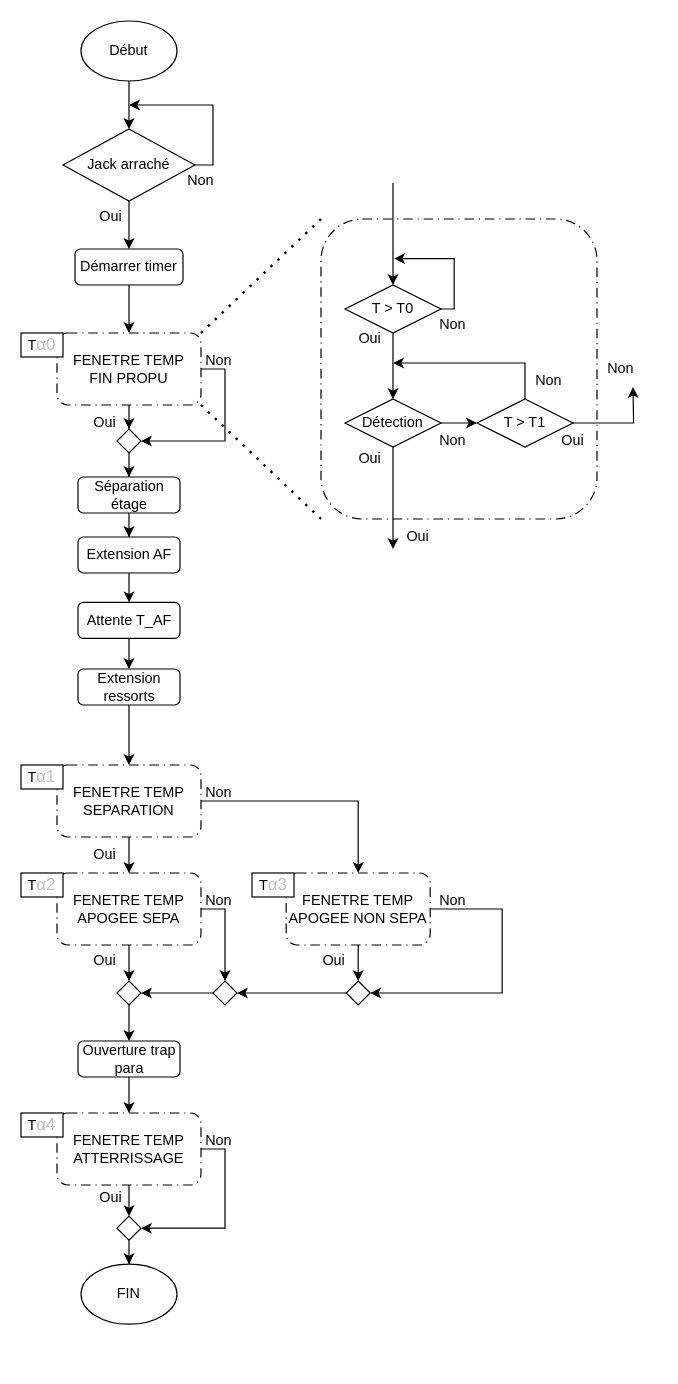
Earlier version of the draw.io diagram ARCHI/Sequenceur1.drawio (povdoigt/SP-02). Source tidied: cells renumbered, new cells numbered last; positions are measured from the earlier drawing's top-left corner, leaving out a move shared by most shapes. Both pictures are drawn from the tidied source at 120%, with x=0, y=0 at pixel (20, 20).
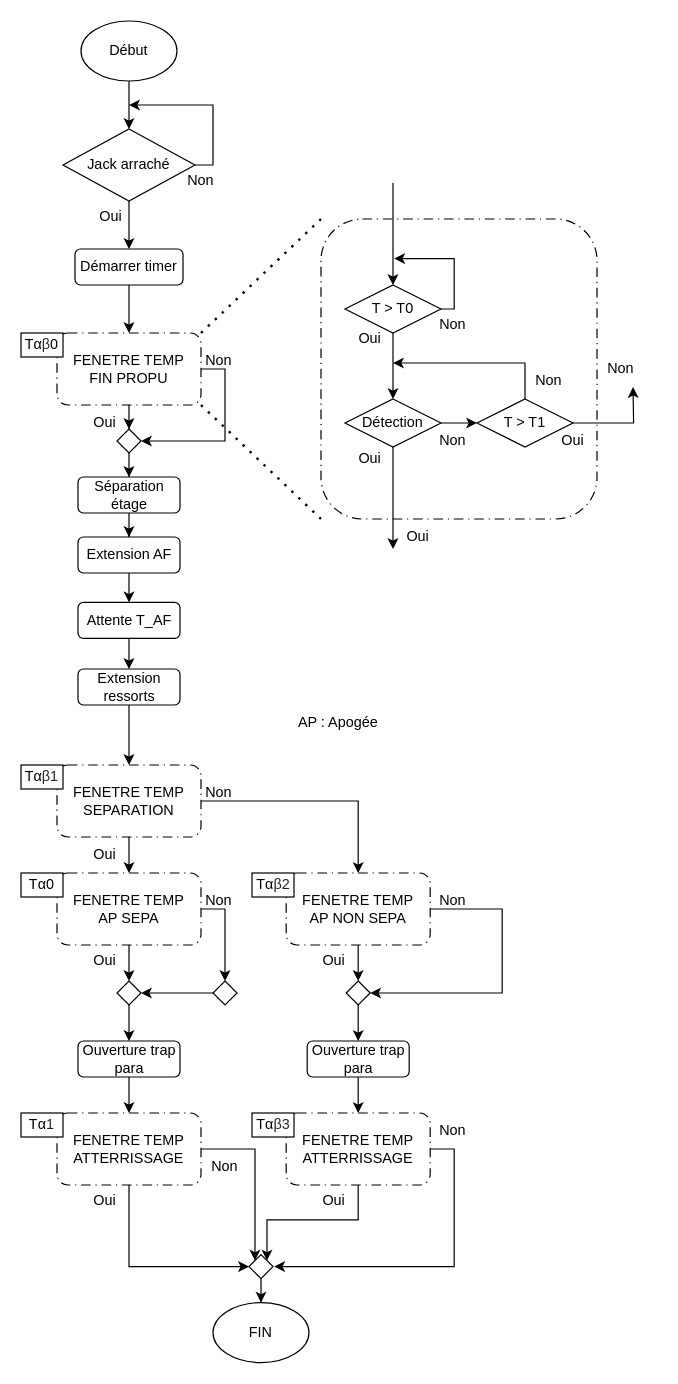
The same page after the edit.

Unchanged cells that the change refers to:
```xml
<mxCell id="59" value="FENETRE TEMP&lt;div&gt;ATTERRISSAGE&lt;/div&gt;" style="rounded=1;whiteSpace=wrap;html=1;gradientColor=none;dashed=1;dashPattern=8 4 1 4;" parent="1" vertex="1">
  <mxGeometry x="30" y="910" width="120" height="60" as="geometry" />
</mxCell>
<mxCell id="63" style="rhombus;whiteSpace=wrap;html=1;" parent="1" vertex="1">
  <mxGeometry x="160" y="800" width="20" height="20" as="geometry" />
</mxCell>
<mxCell id="65" style="rhombus;whiteSpace=wrap;html=1;" parent="1" vertex="1">
  <mxGeometry x="271" y="800" width="20" height="20" as="geometry" />
</mxCell>
```

Change to the diagram source:
```diff
@@
-    <mxCell id="29" value="T&lt;span style=&quot;color: rgb(191, 191, 191); font-family: Arial, sans-serif; font-size: 14px; text-align: start;&quot;&gt;α0&lt;/span&gt;" style="rounded=0;whiteSpace=wrap;html=1;" parent="1" vertex="1">
+    <mxCell id="29" value="T&lt;span style=&quot;font-family: Arial, sans-serif; text-align: start; background-color: light-dark(rgb(255, 255, 255), rgb(0, 0, 0));&quot;&gt;&lt;font style=&quot;color: light-dark(rgb(0, 0, 0), rgb(255, 255, 255));&quot;&gt;&lt;font&gt;α&lt;/font&gt;&lt;span style=&quot;font-size: 12px; color: rgb(38, 38, 38); font-family: &amp;quot;Google Sans&amp;quot;, Arial, sans-serif;&quot;&gt;β&lt;/span&gt;&lt;font&gt;0&lt;/font&gt;&lt;/font&gt;&lt;/span&gt;" style="rounded=0;whiteSpace=wrap;html=1;" parent="1" vertex="1">
       <mxGeometry y="260" width="35" height="20" as="geometry" />
     </mxCell>
@@
-    <mxCell id="41" value="T&lt;span style=&quot;color: rgb(191, 191, 191); font-family: Arial, sans-serif; font-size: 14px; text-align: start;&quot;&gt;α1&lt;/span&gt;" style="rounded=0;whiteSpace=wrap;html=1;" parent="1" vertex="1">
+    <mxCell id="41" value="T&lt;span style=&quot;font-family: Arial, sans-serif; text-align: start; background-color: light-dark(rgb(255, 255, 255), rgb(0, 0, 0));&quot;&gt;&lt;font style=&quot;color: light-dark(rgb(0, 0, 0), rgb(255, 255, 255));&quot;&gt;α&lt;span style=&quot;color: rgb(38, 38, 38); font-family: &amp;quot;Google Sans&amp;quot;, Arial, sans-serif;&quot;&gt;β1&lt;/span&gt;&lt;/font&gt;&lt;/span&gt;" style="rounded=0;whiteSpace=wrap;html=1;" parent="1" vertex="1">
       <mxGeometry y="620" width="35" height="20" as="geometry" />
     </mxCell>
@@
-    <mxCell id="47" value="FENETRE TEMP&lt;div&gt;APOGEE SEPA&lt;/div&gt;" style="rounded=1;whiteSpace=wrap;html=1;gradientColor=none;dashed=1;dashPattern=8 4 1 4;" parent="1" vertex="1">
+    <mxCell id="47" value="FENETRE TEMP&lt;div&gt;AP SEPA&lt;/div&gt;" style="rounded=1;whiteSpace=wrap;html=1;gradientColor=none;dashed=1;dashPattern=8 4 1 4;" parent="1" vertex="1">
       <mxGeometry x="30" y="710" width="120" height="60" as="geometry" />
     </mxCell>
@@
-    <mxCell id="50" value="FENETRE TEMP&lt;div&gt;APOGEE NON SEPA&lt;/div&gt;" style="rounded=1;whiteSpace=wrap;html=1;gradientColor=none;dashed=1;dashPattern=8 4 1 4;" parent="1" vertex="1">
+    <mxCell id="50" value="FENETRE TEMP&lt;div&gt;AP NON SEPA&lt;/div&gt;" style="rounded=1;whiteSpace=wrap;html=1;gradientColor=none;dashed=1;dashPattern=8 4 1 4;" parent="1" vertex="1">
       <mxGeometry x="221" y="710" width="120" height="60" as="geometry" />
     </mxCell>
-    <mxCell id="51" value="T&lt;span style=&quot;color: rgb(191, 191, 191); font-family: Arial, sans-serif; font-size: 14px; text-align: start;&quot;&gt;α2&lt;/span&gt;" style="rounded=0;whiteSpace=wrap;html=1;" parent="1" vertex="1">
+    <mxCell id="51" value="T&lt;span style=&quot;text-align: start; background-color: light-dark(rgb(255, 255, 255), rgb(0, 0, 0));&quot;&gt;&lt;font style=&quot;font-family: Arial, sans-serif; color: light-dark(rgb(0, 0, 0), rgb(255, 255, 255));&quot;&gt;α&lt;/font&gt;&lt;font face=&quot;Google Sans, Arial, sans-serif&quot; color=&quot;#262626&quot; style=&quot;color: light-dark(rgb(0, 0, 0), rgb(255, 255, 255));&quot;&gt;0&lt;/font&gt;&lt;/span&gt;" style="rounded=0;whiteSpace=wrap;html=1;" parent="1" vertex="1">
       <mxGeometry y="710" width="35" height="20" as="geometry" />
     </mxCell>
-    <mxCell id="52" value="T&lt;span style=&quot;color: rgb(191, 191, 191); font-family: Arial, sans-serif; font-size: 14px; text-align: start;&quot;&gt;α3&lt;/span&gt;" style="rounded=0;whiteSpace=wrap;html=1;" parent="1" vertex="1">
+    <mxCell id="52" value="T&lt;span style=&quot;font-family: Arial, sans-serif; text-align: start; background-color: light-dark(rgb(255, 255, 255), rgb(0, 0, 0));&quot;&gt;&lt;font style=&quot;color: light-dark(rgb(0, 0, 0), rgb(255, 255, 255));&quot;&gt;α&lt;span style=&quot;color: rgb(38, 38, 38); font-family: &amp;quot;Google Sans&amp;quot;, Arial, sans-serif;&quot;&gt;β2&lt;/span&gt;&lt;/font&gt;&lt;/span&gt;" style="rounded=0;whiteSpace=wrap;html=1;" parent="1" vertex="1">
       <mxGeometry x="192.5" y="710" width="35" height="20" as="geometry" />
     </mxCell>
@@
-    <mxCell id="57" style="edgeStyle=orthogonalEdgeStyle;rounded=0;jettySize=auto;html=1;entryX=0.5;entryY=0;entryDx=0;entryDy=0;" parent="1" edge="1" source="59" target="61">
-      <mxGeometry relative="1" as="geometry" />
-    </mxCell>
-    <mxCell id="58" style="edgeStyle=orthogonalEdgeStyle;rounded=0;jettySize=auto;html=1;entryX=1;entryY=0.5;entryDx=0;entryDy=0;" parent="1" edge="1" source="59" target="61">
-      <mxGeometry relative="1" as="geometry">
-        <Array as="points">
-          <mxPoint x="170" y="940" />
-          <mxPoint x="170" y="1006" />
-        </Array>
-      </mxGeometry>
-    </mxCell>
+    <mxCell id="83" style="edgeStyle=orthogonalEdgeStyle;rounded=0;jettySize=auto;html=1;entryX=0;entryY=0.5;entryDx=0;entryDy=0;exitX=0.5;exitY=1;exitDx=0;exitDy=0;" parent="1" edge="1" source="59" target="61">
+      <mxGeometry relative="1" as="geometry" />
+    </mxCell>
+    <mxCell id="84" style="edgeStyle=orthogonalEdgeStyle;rounded=0;jettySize=auto;html=1;entryX=0;entryY=0;entryDx=0;entryDy=0;" parent="1" edge="1" source="59" target="61">
+      <mxGeometry relative="1" as="geometry" />
+    </mxCell>
@@
-    <mxCell id="60" style="edgeStyle=orthogonalEdgeStyle;rounded=0;jettySize=auto;html=1;" parent="1" edge="1" source="61" target="67">
+    <mxCell id="60" style="edgeStyle=orthogonalEdgeStyle;rounded=0;jettySize=auto;html=1;entryX=0.5;entryY=0;entryDx=0;entryDy=0;" parent="1" edge="1" source="61" target="67">
       <mxGeometry relative="1" as="geometry" />
     </mxCell>
     <mxCell id="61" style="rhombus;whiteSpace=wrap;html=1;" parent="1" vertex="1">
-      <mxGeometry x="80" y="996" width="20" height="20" as="geometry" />
+      <mxGeometry x="190" y="1028" width="20" height="20" as="geometry" />
     </mxCell>
@@
-    <mxCell id="64" style="edgeStyle=orthogonalEdgeStyle;rounded=0;jettySize=auto;html=1;entryX=1;entryY=0.5;entryDx=0;entryDy=0;" parent="1" edge="1" source="65" target="63">
-      <mxGeometry relative="1" as="geometry" />
-    </mxCell>
+    <mxCell id="85" style="edgeStyle=orthogonalEdgeStyle;rounded=0;jettySize=auto;html=1;" parent="1" edge="1" source="65" target="87">
+      <mxGeometry relative="1" as="geometry" />
+    </mxCell>
@@
-    <mxCell id="66" value="T&lt;span style=&quot;color: rgb(191, 191, 191); font-family: Arial, sans-serif; font-size: 14px; text-align: start;&quot;&gt;α4&lt;/span&gt;" style="rounded=0;whiteSpace=wrap;html=1;" parent="1" vertex="1">
+    <mxCell id="66" value="T&lt;span style=&quot;font-family: Arial, sans-serif; text-align: start; background-color: light-dark(rgb(255, 255, 255), rgb(0, 0, 0));&quot;&gt;&lt;font style=&quot;color: light-dark(rgb(0, 0, 0), rgb(255, 255, 255));&quot;&gt;α&lt;span style=&quot;color: rgb(38, 38, 38); font-family: &amp;quot;Google Sans&amp;quot;, Arial, sans-serif;&quot;&gt;1&lt;/span&gt;&lt;/font&gt;&lt;/span&gt;" style="rounded=0;whiteSpace=wrap;html=1;" parent="1" vertex="1">
       <mxGeometry y="910" width="35" height="20" as="geometry" />
     </mxCell>
     <mxCell id="67" value="FIN" style="ellipse;whiteSpace=wrap;html=1;" parent="1" vertex="1">
-      <mxGeometry x="50" y="1036" width="80" height="50" as="geometry" />
+      <mxGeometry x="160" y="1068" width="80" height="50" as="geometry" />
     </mxCell>
@@
     <mxCell id="75" value="Oui" style="text;html=1;whiteSpace=wrap;strokeColor=none;fillColor=none;align=center;verticalAlign=middle;rounded=0;" parent="1" vertex="1">
-      <mxGeometry x="45" y="966" width="60" height="30" as="geometry" />
+      <mxGeometry x="40" y="968" width="60" height="30" as="geometry" />
     </mxCell>
@@
     <mxCell id="80" value="Non" style="text;html=1;whiteSpace=wrap;strokeColor=none;fillColor=none;align=center;verticalAlign=middle;rounded=0;" parent="1" vertex="1">
-      <mxGeometry x="135" y="918" width="60" height="30" as="geometry" />
+      <mxGeometry x="140" y="940" width="60" height="30" as="geometry" />
     </mxCell>
@@
+    <mxCell id="86" style="edgeStyle=orthogonalEdgeStyle;rounded=0;jettySize=auto;html=1;entryX=0.5;entryY=0;entryDx=0;entryDy=0;" parent="1" edge="1" source="87" target="90">
+      <mxGeometry relative="1" as="geometry" />
+    </mxCell>
+    <mxCell id="87" value="Ouverture trap para" style="rounded=1;whiteSpace=wrap;html=1;" parent="1" vertex="1">
+      <mxGeometry x="238.5" y="850" width="85" height="30" as="geometry" />
+    </mxCell>
+    <mxCell id="88" style="edgeStyle=orthogonalEdgeStyle;rounded=0;jettySize=auto;html=1;entryX=1;entryY=0;entryDx=0;entryDy=0;exitX=0.5;exitY=1;exitDx=0;exitDy=0;" parent="1" edge="1" source="90" target="61">
+      <mxGeometry relative="1" as="geometry" />
+    </mxCell>
+    <mxCell id="89" style="edgeStyle=orthogonalEdgeStyle;rounded=0;jettySize=auto;html=1;" parent="1" edge="1" source="90">
+      <mxGeometry relative="1" as="geometry">
+        <mxPoint x="211" y="1038" as="targetPoint" />
+        <Array as="points">
+          <mxPoint x="361" y="940" />
+          <mxPoint x="361" y="1038" />
+        </Array>
+      </mxGeometry>
+    </mxCell>
+    <mxCell id="90" value="FENETRE TEMP&lt;div&gt;ATTERRISSAGE&lt;/div&gt;" style="rounded=1;whiteSpace=wrap;html=1;gradientColor=none;dashed=1;dashPattern=8 4 1 4;" parent="1" vertex="1">
+      <mxGeometry x="221" y="910" width="120" height="60" as="geometry" />
+    </mxCell>
+    <mxCell id="91" value="T&lt;span style=&quot;font-family: Arial, sans-serif; text-align: start; background-color: light-dark(rgb(255, 255, 255), rgb(0, 0, 0));&quot;&gt;&lt;font style=&quot;color: light-dark(rgb(0, 0, 0), rgb(255, 255, 255));&quot;&gt;α&lt;span style=&quot;color: rgb(38, 38, 38); font-family: &amp;quot;Google Sans&amp;quot;, Arial, sans-serif;&quot;&gt;β3&lt;/span&gt;&lt;/font&gt;&lt;/span&gt;" style="rounded=0;whiteSpace=wrap;html=1;" parent="1" vertex="1">
+      <mxGeometry x="192.5" y="910" width="35" height="20" as="geometry" />
+    </mxCell>
+    <mxCell id="92" value="Oui" style="text;html=1;whiteSpace=wrap;strokeColor=none;fillColor=none;align=center;verticalAlign=middle;rounded=0;" parent="1" vertex="1">
+      <mxGeometry x="231" y="968" width="60" height="30" as="geometry" />
+    </mxCell>
+    <mxCell id="93" value="Non" style="text;html=1;whiteSpace=wrap;strokeColor=none;fillColor=none;align=center;verticalAlign=middle;rounded=0;" parent="1" vertex="1">
+      <mxGeometry x="330" y="910" width="60" height="30" as="geometry" />
+    </mxCell>
+    <mxCell id="94" value="AP : Apogée" style="text;html=1;whiteSpace=wrap;strokeColor=none;fillColor=none;align=center;verticalAlign=middle;rounded=0;rotation=0;" parent="1" vertex="1">
+      <mxGeometry x="219" y="570" width="91" height="30" as="geometry" />
+    </mxCell>
```
